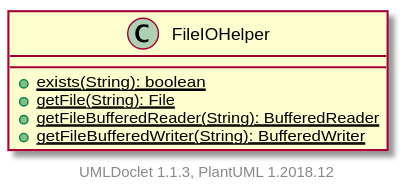
itachi1706/How-to-use-Git-NTUSCSE1819-Site keeps this PlantUML diagram as projects/oodp/html/umlversion/uml/sg.edu.ntu.scse.cz2002.util.FileIOHelper.svg. Above is the earlier version. The source it was exported from:
```plantuml
@startuml

    class FileIOHelper {
        {static} +exists(String): boolean
        {static} +getFile(String): File
        {static} +getFileBufferedReader(String): BufferedReader
        {static} +getFileBufferedWriter(String): BufferedWriter
    }


    center footer UMLDoclet 1.1.3, PlantUML 1.2018.12
@enduml
```
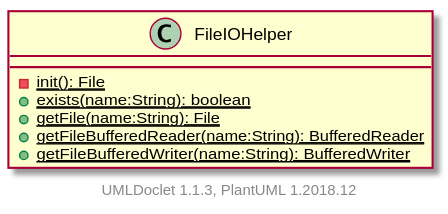
Above is the later version.

What changed in the source:
```diff
@@ -1,10 +1,11 @@
 @startuml
 
-    class FileIOHelper {
-        {static} +exists(String): boolean
-        {static} +getFile(String): File
-        {static} +getFileBufferedReader(String): BufferedReader
-        {static} +getFileBufferedWriter(String): BufferedWriter
+    class FileIOHelper [[../sg/edu/ntu/scse/cz2002/util/FileIOHelper.html]] {
+        {static} -init(): File
+        {static} +exists(name:String): boolean
+        {static} +getFile(name:String): File
+        {static} +getFileBufferedReader(name:String): BufferedReader
+        {static} +getFileBufferedWriter(name:String): BufferedWriter
     }
 
 
```
